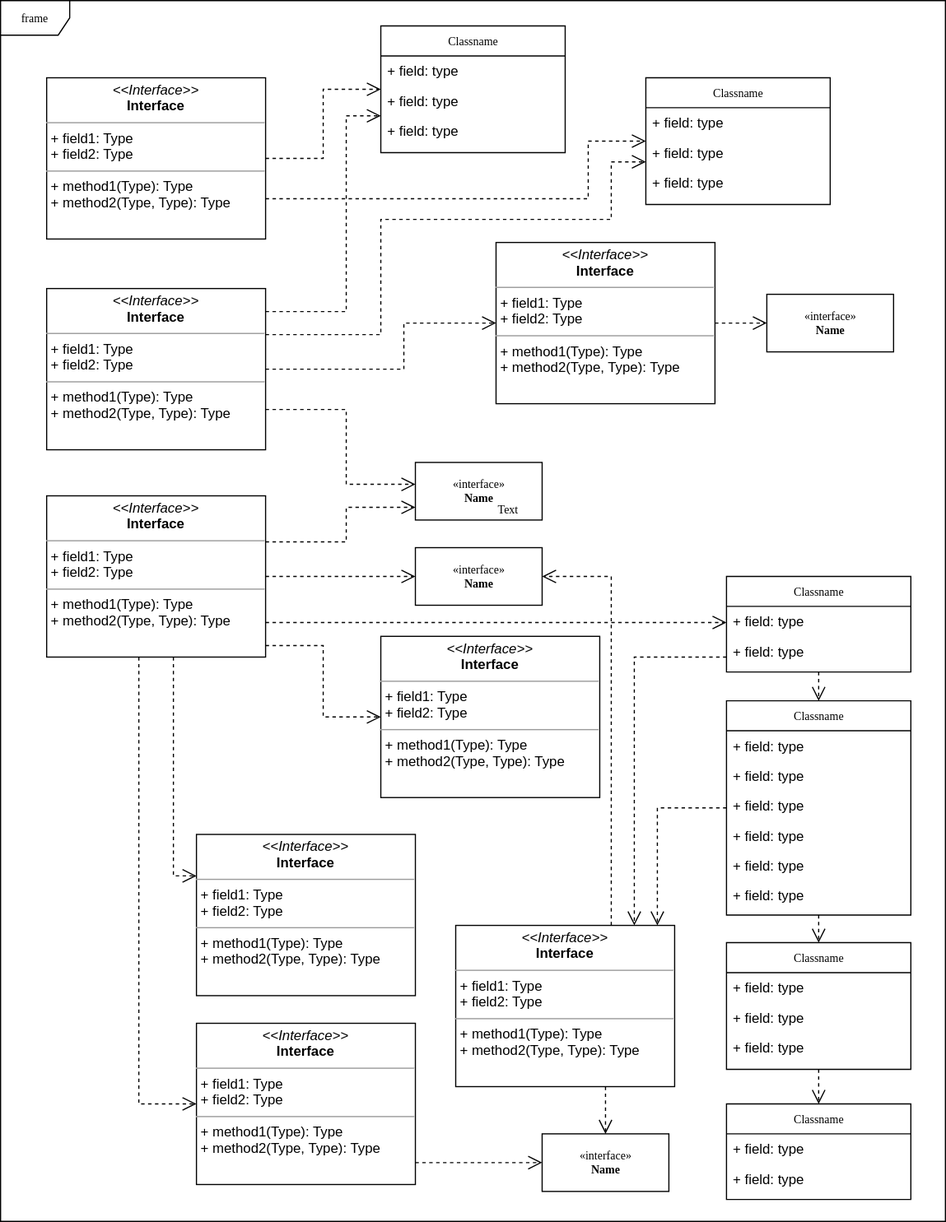
Earlier version of the draw.io export document/erd.drawio.svg (momo0503/board-toyproject). Source tidied: cells renumbered, new cells last; positions are measured from the earlier drawing's top-left corner, leaving out a move shared by most shapes.
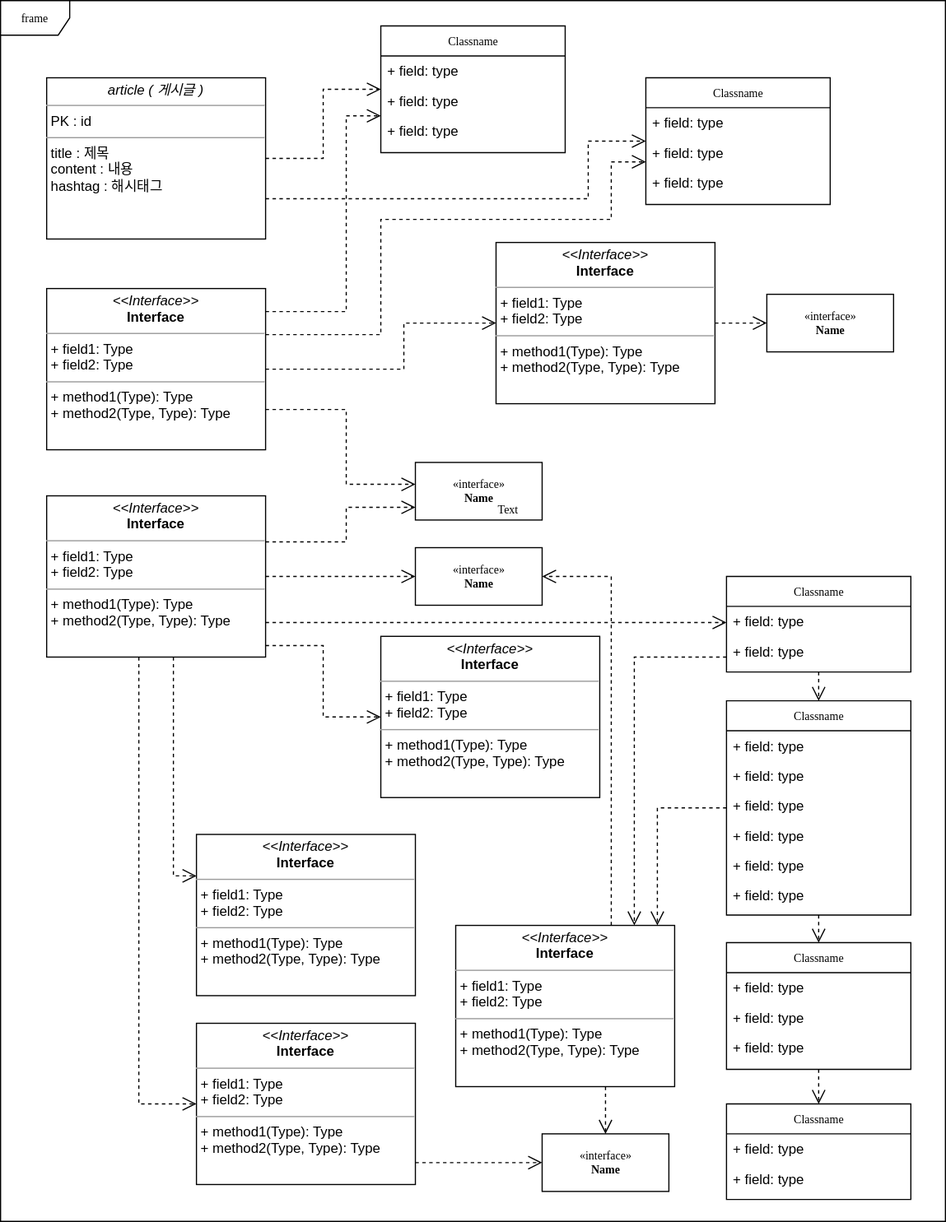
After the change.

What changed in the source:
```diff
@@ -163,7 +163,7 @@
         </Array>
       </mxGeometry>
     </mxCell>
-    <mxCell id="48" value="&lt;p style=&quot;margin:0px;margin-top:4px;text-align:center;&quot;&gt;&lt;i&gt;&amp;lt;&amp;lt;Interface&amp;gt;&amp;gt;&lt;/i&gt;&lt;br/&gt;&lt;b&gt;Interface&lt;/b&gt;&lt;/p&gt;&lt;hr size=&quot;1&quot;/&gt;&lt;p style=&quot;margin:0px;margin-left:4px;&quot;&gt;+ field1: Type&lt;br/&gt;+ field2: Type&lt;/p&gt;&lt;hr size=&quot;1&quot;/&gt;&lt;p style=&quot;margin:0px;margin-left:4px;&quot;&gt;+ method1(Type): Type&lt;br/&gt;+ method2(Type, Type): Type&lt;/p&gt;" style="verticalAlign=top;align=left;overflow=fill;fontSize=12;fontFamily=Helvetica;html=1;rounded=0;shadow=0;comic=0;labelBackgroundColor=none;strokeWidth=1;" parent="1" vertex="1">
+    <mxCell id="48" value="&lt;p style=&quot;margin:0px;margin-top:4px;text-align:center;&quot;&gt;&lt;i&gt;article ( 게시글 )&lt;/i&gt;&lt;/p&gt;&lt;hr size=&quot;1&quot;&gt;&lt;p style=&quot;margin:0px;margin-left:4px;&quot;&gt;PK : id&lt;/p&gt;&lt;hr size=&quot;1&quot;&gt;&lt;p style=&quot;margin:0px;margin-left:4px;&quot;&gt;title : 제목&lt;span style=&quot;background-color: initial;&quot;&gt;&amp;nbsp;&lt;/span&gt;&lt;/p&gt;&lt;p style=&quot;margin:0px;margin-left:4px;&quot;&gt;content : 내용&lt;/p&gt;&lt;p style=&quot;margin:0px;margin-left:4px;&quot;&gt;hashtag : 해시태그&lt;/p&gt;" style="verticalAlign=top;align=left;overflow=fill;fontSize=12;fontFamily=Helvetica;html=1;rounded=0;shadow=0;comic=0;labelBackgroundColor=none;strokeWidth=1;" parent="1" vertex="1">
       <mxGeometry x="40" y="67" width="190" height="140" as="geometry" />
     </mxCell>
     <mxCell id="49" style="edgeStyle=orthogonalEdgeStyle;rounded=0;html=1;dashed=1;labelBackgroundColor=none;startFill=0;endArrow=open;endFill=0;endSize=10;fontFamily=Verdana;fontSize=10;" parent="1" edge="1" source="53" target="12">
```
